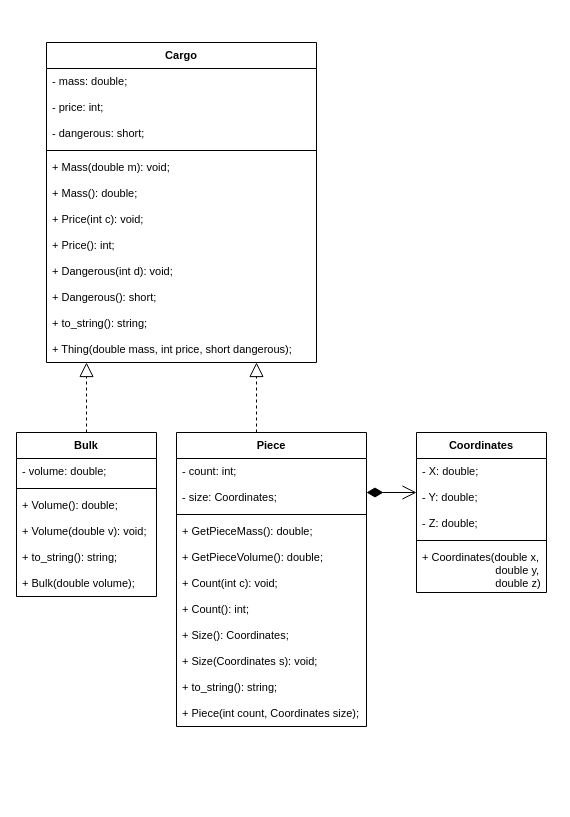
The draw.io diagram OOP_VMK20/Polymorphism/UML.drawio in dzerenus/Exercises, before the edit. Source tidied: cells renumbered, new cells numbered last; positions are measured from the earlier drawing's top-left corner, leaving out a move shared by most shapes. Both pictures are drawn from the tidied source at 100%, with x=0, y=0 at pixel (16, 42).
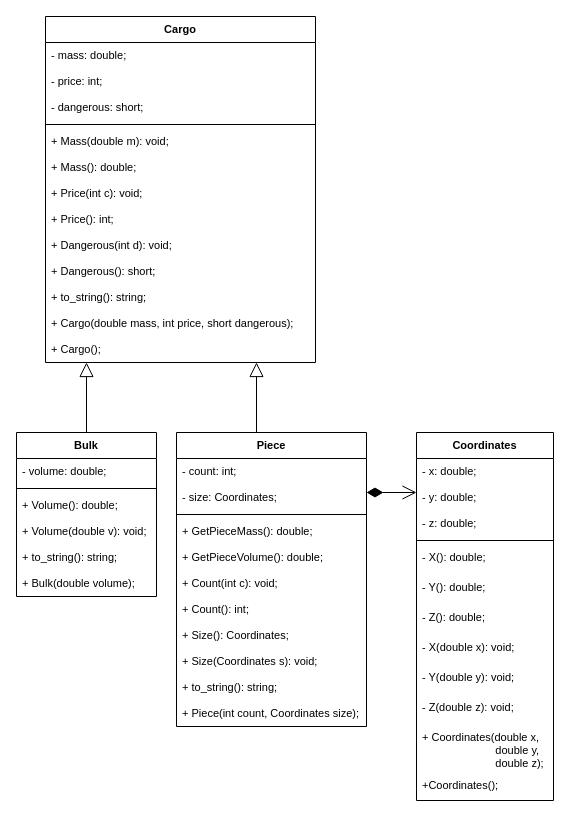
Above is the later version.

The change refers to these unchanged cells:
```xml
<mxCell id="34" value="Bulk" style="swimlane;fontStyle=1;align=center;verticalAlign=top;horizontal=1;startSize=26;fontSize=11;strokeColor=default;strokeWidth=1;" parent="1" vertex="1">
  <mxGeometry y="390" width="140" height="164" as="geometry" />
</mxCell>
```

The edit, as a diff of the source:
```diff
@@
     <mxCell id="2" value="Cargo" style="swimlane;fontStyle=1;align=center;verticalAlign=top;horizontal=1;startSize=26;fontSize=11;strokeColor=default;strokeWidth=1;" parent="1" vertex="1">
-      <mxGeometry x="30" width="270" height="320" as="geometry" />
+      <mxGeometry x="29" y="-26" width="270" height="346" as="geometry" />
     </mxCell>
@@
-    <mxCell id="14" value="+ Thing(double mass, int price, short dangerous);" style="text;strokeColor=none;fillColor=none;align=left;verticalAlign=top;spacingLeft=4;spacingRight=4;overflow=hidden;fontSize=11;" parent="2" vertex="1">
+    <mxCell id="14" value="+ Cargo(double mass, int price, short dangerous);" style="text;strokeColor=none;fillColor=none;align=left;verticalAlign=top;spacingLeft=4;spacingRight=4;overflow=hidden;fontSize=11;" parent="2" vertex="1">
       <mxGeometry y="294" width="270" height="26" as="geometry" />
     </mxCell>
+    <mxCell id="43" value="+ Cargo();" style="text;strokeColor=none;fillColor=none;align=left;verticalAlign=top;spacingLeft=4;spacingRight=4;overflow=hidden;fontSize=11;" parent="2" vertex="1">
+      <mxGeometry y="320" width="270" height="26" as="geometry" />
+    </mxCell>
@@
     <mxCell id="27" value="Coordinates" style="swimlane;fontStyle=1;align=center;verticalAlign=top;horizontal=1;startSize=26;fontSize=11;strokeColor=default;strokeWidth=1;" parent="1" vertex="1">
-      <mxGeometry x="400" y="390" width="130" height="160" as="geometry" />
+      <mxGeometry x="400" y="390" width="137" height="368" as="geometry" />
     </mxCell>
-    <mxCell id="28" value="- X: double;" style="text;strokeColor=none;fillColor=none;align=left;verticalAlign=top;spacingLeft=4;spacingRight=4;overflow=hidden;fontSize=11;" parent="27" vertex="1">
-      <mxGeometry y="26" width="130" height="26" as="geometry" />
+    <mxCell id="28" value="- x: double;" style="text;strokeColor=none;fillColor=none;align=left;verticalAlign=top;spacingLeft=4;spacingRight=4;overflow=hidden;fontSize=11;" parent="27" vertex="1">
+      <mxGeometry y="26" width="137" height="26" as="geometry" />
     </mxCell>
-    <mxCell id="29" value="- Y: double;" style="text;strokeColor=none;fillColor=none;align=left;verticalAlign=top;spacingLeft=4;spacingRight=4;overflow=hidden;fontSize=11;" parent="27" vertex="1">
-      <mxGeometry y="52" width="130" height="26" as="geometry" />
+    <mxCell id="29" value="- y: double;" style="text;strokeColor=none;fillColor=none;align=left;verticalAlign=top;spacingLeft=4;spacingRight=4;overflow=hidden;fontSize=11;" parent="27" vertex="1">
+      <mxGeometry y="52" width="137" height="26" as="geometry" />
     </mxCell>
-    <mxCell id="30" value="- Z: double;" style="text;strokeColor=none;fillColor=none;align=left;verticalAlign=top;spacingLeft=4;spacingRight=4;overflow=hidden;fontSize=11;" parent="27" vertex="1">
-      <mxGeometry y="78" width="130" height="26" as="geometry" />
+    <mxCell id="30" value="- z: double;" style="text;strokeColor=none;fillColor=none;align=left;verticalAlign=top;spacingLeft=4;spacingRight=4;overflow=hidden;fontSize=11;" parent="27" vertex="1">
+      <mxGeometry y="78" width="137" height="26" as="geometry" />
     </mxCell>
     <mxCell id="31" style="line;strokeWidth=1;fillColor=none;align=left;verticalAlign=middle;spacingTop=-1;spacingLeft=3;spacingRight=3;labelPosition=right;fontSize=11;" parent="27" vertex="1">
-      <mxGeometry y="104" width="130" height="8" as="geometry" />
+      <mxGeometry y="104" width="137" height="8" as="geometry" />
     </mxCell>
+    <mxCell id="44" value="- X(): double;" style="text;strokeColor=none;fillColor=none;align=left;verticalAlign=top;spacingLeft=4;spacingRight=4;overflow=hidden;fontSize=11;" parent="27" vertex="1">
+      <mxGeometry y="112" width="137" height="30" as="geometry" />
+    </mxCell>
+    <mxCell id="45" value="- Y(): double;" style="text;strokeColor=none;fillColor=none;align=left;verticalAlign=top;spacingLeft=4;spacingRight=4;overflow=hidden;fontSize=11;" parent="27" vertex="1">
+      <mxGeometry y="142" width="137" height="30" as="geometry" />
+    </mxCell>
+    <mxCell id="46" value="- Z(): double;" style="text;strokeColor=none;fillColor=none;align=left;verticalAlign=top;spacingLeft=4;spacingRight=4;overflow=hidden;fontSize=11;" parent="27" vertex="1">
+      <mxGeometry y="172" width="137" height="30" as="geometry" />
+    </mxCell>
+    <mxCell id="47" value="- X(double x): void;" style="text;strokeColor=none;fillColor=none;align=left;verticalAlign=top;spacingLeft=4;spacingRight=4;overflow=hidden;fontSize=11;" parent="27" vertex="1">
+      <mxGeometry y="202" width="137" height="30" as="geometry" />
+    </mxCell>
+    <mxCell id="48" value="- Y(double y): void;" style="text;strokeColor=none;fillColor=none;align=left;verticalAlign=top;spacingLeft=4;spacingRight=4;overflow=hidden;fontSize=11;" parent="27" vertex="1">
+      <mxGeometry y="232" width="137" height="30" as="geometry" />
+    </mxCell>
+    <mxCell id="49" value="- Z(double z): void;" style="text;strokeColor=none;fillColor=none;align=left;verticalAlign=top;spacingLeft=4;spacingRight=4;overflow=hidden;fontSize=11;" parent="27" vertex="1">
+      <mxGeometry y="262" width="137" height="30" as="geometry" />
+    </mxCell>
-    <mxCell id="32" value="+ Coordinates(double x,&#10;                        double y,&#10;                        double z)" style="text;strokeColor=none;fillColor=none;align=left;verticalAlign=top;spacingLeft=4;spacingRight=4;overflow=hidden;fontSize=11;" parent="27" vertex="1">
-      <mxGeometry y="112" width="130" height="48" as="geometry" />
+    <mxCell id="32" value="+ Coordinates(double x,&#10;                        double y,&#10;                        double z);" style="text;strokeColor=none;fillColor=none;align=left;verticalAlign=top;spacingLeft=4;spacingRight=4;overflow=hidden;fontSize=11;" parent="27" vertex="1">
+      <mxGeometry y="292" width="137" height="48" as="geometry" />
     </mxCell>
+    <mxCell id="50" value="+Coordinates();" style="text;strokeColor=none;fillColor=none;align=left;verticalAlign=top;spacingLeft=4;spacingRight=4;overflow=hidden;fontSize=11;" parent="27" vertex="1">
+      <mxGeometry y="340" width="137" height="28" as="geometry" />
+    </mxCell>
@@
-    <mxCell id="41" style="endArrow=block;dashed=1;endFill=0;endSize=12;html=1;rounded=0;fontSize=11;exitX=0.5;exitY=0;exitDx=0;exitDy=0;" parent="1" edge="1" source="34">
+    <mxCell id="41" style="endArrow=block;endFill=0;endSize=12;html=1;rounded=0;fontSize=11;exitX=0.5;exitY=0;exitDx=0;exitDy=0;" parent="1" edge="1" source="34">
       <mxGeometry relative="1" as="geometry">
         <mxPoint x="70" y="320" as="targetPoint" />
       </mxGeometry>
     </mxCell>
-    <mxCell id="42" style="endArrow=block;dashed=1;endFill=0;endSize=12;html=1;rounded=0;fontSize=11;exitX=0.5;exitY=0;exitDx=0;exitDy=0;" parent="1" edge="1">
+    <mxCell id="42" style="endArrow=block;endFill=0;endSize=12;html=1;rounded=0;fontSize=11;exitX=0.5;exitY=0;exitDx=0;exitDy=0;" parent="1" edge="1">
       <mxGeometry relative="1" as="geometry">
         <mxPoint x="240" y="390" as="sourcePoint" />
         <mxPoint x="240" y="320" as="targetPoint" />
       </mxGeometry>
     </mxCell>
```
